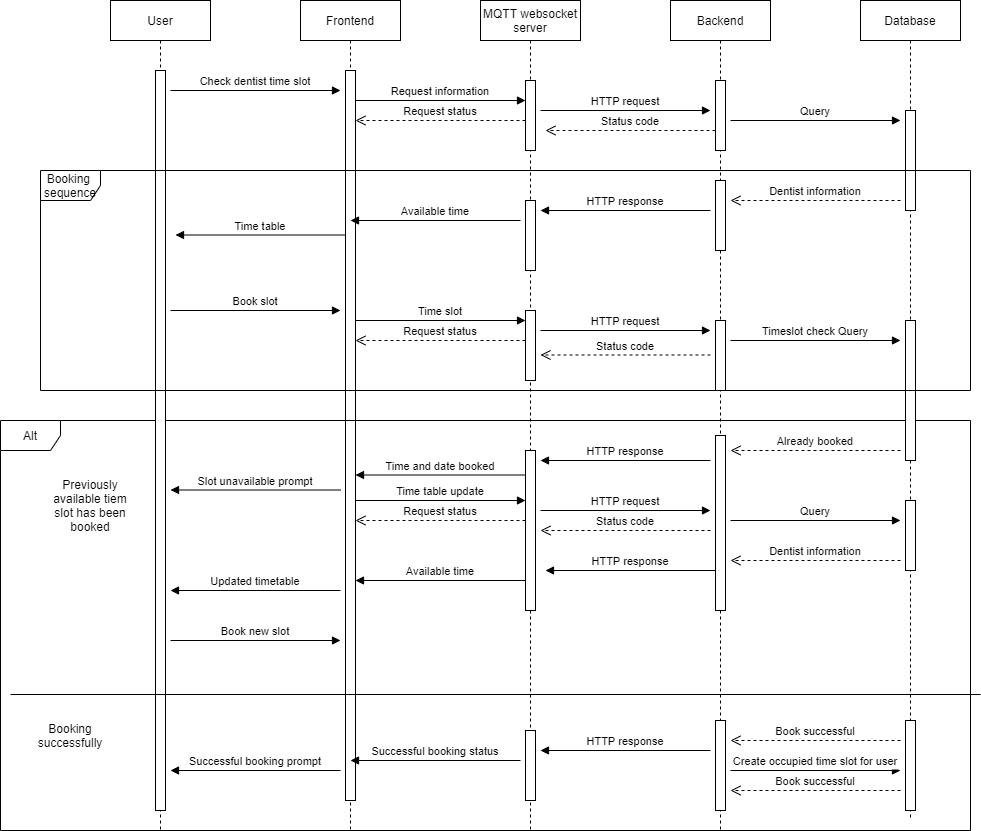
Before: images/Booking_sequence_diagram.png, a diagram exported from draw.io (erdemhalil/DIT355-Documentation). Source tidied: cells renumbered, new cells last; positions are measured from the earlier drawing's top-left corner, leaving out a move shared by most shapes.
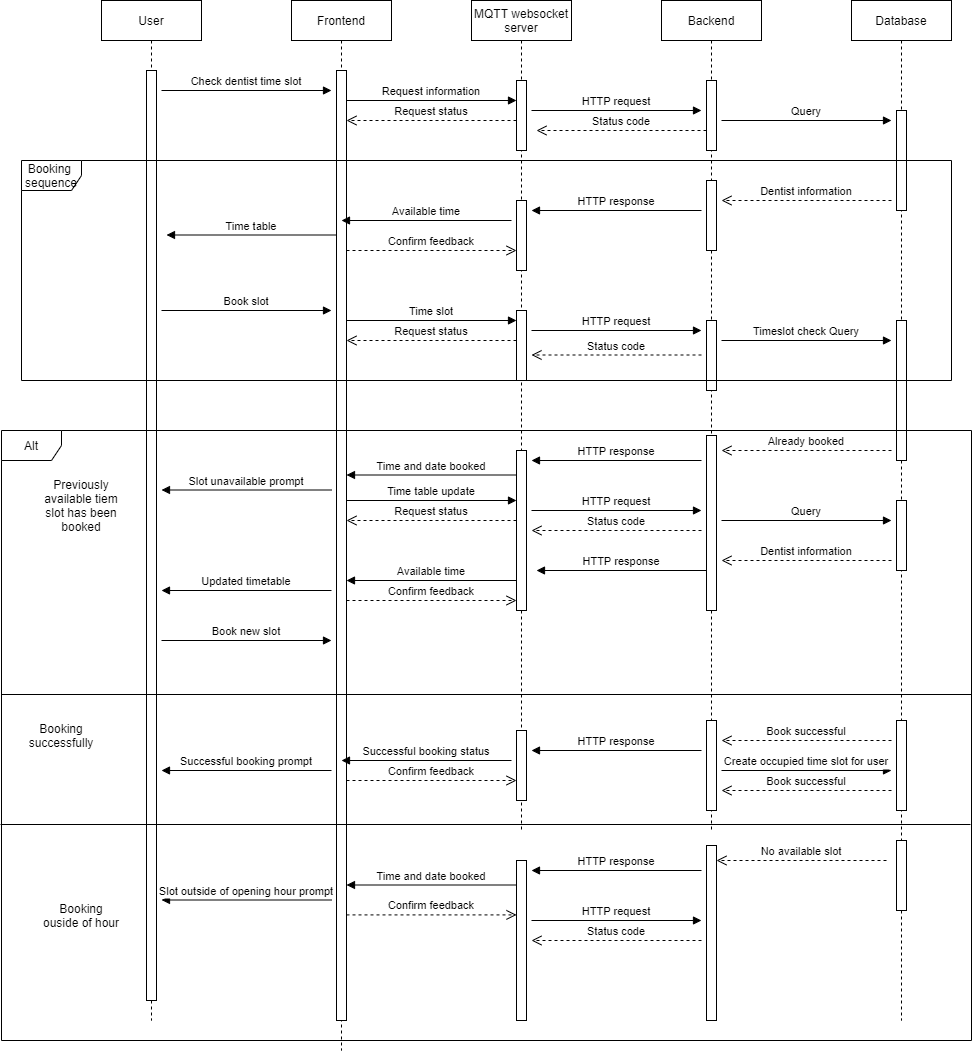
Later version of the same file.

What changed in the source:
```diff
@@ -3,10 +3,10 @@
     <mxCell id="0" />
     <mxCell id="1" parent="0" />
     <mxCell id="2" value="Frontend" style="shape=umlLifeline;perimeter=lifelinePerimeter;rounded=0;shadow=0;strokeWidth=1;" parent="1" vertex="1">
-      <mxGeometry x="300" width="100" height="830" as="geometry" />
+      <mxGeometry x="300" width="100" height="1050" as="geometry" />
     </mxCell>
     <mxCell id="3" style="perimeter=orthogonalPerimeter;rounded=0;shadow=0;strokeWidth=1;" parent="2" vertex="1">
-      <mxGeometry x="45" y="70" width="10" height="730" as="geometry" />
+      <mxGeometry x="45" y="70" width="10" height="950" as="geometry" />
     </mxCell>
     <mxCell id="4" value="Time table" style="verticalAlign=bottom;endArrow=block;shadow=0;strokeWidth=1;" parent="2" edge="1">
       <mxGeometry relative="1" as="geometry">
@@ -32,6 +32,18 @@
         <mxPoint x="-130" y="770" as="targetPoint" />
       </mxGeometry>
     </mxCell>
+    <mxCell id="64" value="Confirm feedback" style="verticalAlign=bottom;endArrow=open;dashed=1;endSize=8;shadow=0;strokeWidth=1;" parent="2" edge="1">
+      <mxGeometry relative="1" as="geometry">
+        <mxPoint x="55" y="250" as="sourcePoint" />
+        <mxPoint x="225" y="250" as="targetPoint" />
+      </mxGeometry>
+    </mxCell>
+    <mxCell id="65" value="Confirm feedback" style="verticalAlign=bottom;endArrow=open;dashed=1;endSize=8;shadow=0;strokeWidth=1;" parent="2" edge="1">
+      <mxGeometry relative="1" as="geometry">
+        <mxPoint x="55" y="600" as="sourcePoint" />
+        <mxPoint x="225" y="600" as="targetPoint" />
+      </mxGeometry>
+    </mxCell>
     <mxCell id="8" value="MQTT websocket&#10;server" style="shape=umlLifeline;perimeter=lifelinePerimeter;rounded=0;shadow=0;strokeWidth=1;" parent="1" vertex="1">
       <mxGeometry x="480" width="100" height="830" as="geometry" />
     </mxCell>
@@ -98,6 +110,12 @@
     <mxCell id="21" style="perimeter=orthogonalPerimeter;rounded=0;shadow=0;strokeWidth=1;" parent="8" vertex="1">
       <mxGeometry x="45" y="730" width="10" height="70" as="geometry" />
     </mxCell>
+    <mxCell id="66" value="Confirm feedback" style="verticalAlign=bottom;endArrow=open;dashed=1;endSize=8;shadow=0;strokeWidth=1;" parent="8" edge="1">
+      <mxGeometry relative="1" as="geometry">
+        <mxPoint x="-125" y="780" as="sourcePoint" />
+        <mxPoint x="45" y="780" as="targetPoint" />
+      </mxGeometry>
+    </mxCell>
     <mxCell id="22" value="Backend" style="shape=umlLifeline;perimeter=lifelinePerimeter;rounded=0;shadow=0;strokeWidth=1;" parent="1" vertex="1">
       <mxGeometry x="670" width="100" height="830" as="geometry" />
     </mxCell>
@@ -158,11 +176,8 @@
     <mxCell id="34" style="perimeter=orthogonalPerimeter;rounded=0;shadow=0;strokeWidth=1;" parent="22" vertex="1">
       <mxGeometry x="45" y="720" width="10" height="90" as="geometry" />
     </mxCell>
-    <mxCell id="35" value="Alt" style="shape=umlFrame;whiteSpace=wrap;html=1;" parent="22" vertex="1">
-      <mxGeometry x="-670" y="420" width="970" height="410" as="geometry" />
-    </mxCell>
     <mxCell id="36" value="Database" style="shape=umlLifeline;perimeter=lifelinePerimeter;rounded=0;shadow=0;strokeWidth=1;" parent="1" vertex="1">
-      <mxGeometry x="860" width="100" height="820" as="geometry" />
+      <mxGeometry x="860" width="100" height="1020" as="geometry" />
     </mxCell>
     <mxCell id="37" style="perimeter=orthogonalPerimeter;rounded=0;shadow=0;strokeWidth=1;" parent="36" vertex="1">
       <mxGeometry x="45" y="110" width="10" height="100" as="geometry" />
@@ -213,14 +228,11 @@
       </mxGeometry>
     </mxCell>
     <mxCell id="47" value="User" style="shape=umlLifeline;perimeter=lifelinePerimeter;rounded=0;shadow=0;strokeWidth=1;" parent="1" vertex="1">
-      <mxGeometry x="110" width="100" height="830" as="geometry" />
+      <mxGeometry x="110" width="100" height="1020" as="geometry" />
     </mxCell>
     <mxCell id="48" style="perimeter=orthogonalPerimeter;rounded=0;shadow=0;strokeWidth=1;" parent="47" vertex="1">
-      <mxGeometry x="45" y="70" width="10" height="740" as="geometry" />
+      <mxGeometry x="45" y="70" width="10" height="930" as="geometry" />
     </mxCell>
-    <mxCell id="49" value="Booking&amp;nbsp;&lt;br&gt;sequence" style="shape=umlFrame;whiteSpace=wrap;html=1;" parent="47" vertex="1">
-      <mxGeometry x="-70" y="170" width="930" height="220" as="geometry" />
-    </mxCell>
     <mxCell id="50" value="Check dentist time slot" style="verticalAlign=bottom;endArrow=block;entryX=0;entryY=0;shadow=0;strokeWidth=1;" parent="1" edge="1">
       <mxGeometry relative="1" as="geometry">
         <mxPoint x="170" y="90" as="sourcePoint" />
@@ -296,5 +308,68 @@
         <mxPoint x="900" y="770" as="targetPoint" />
       </mxGeometry>
     </mxCell>
+    <mxCell id="35" value="Alt" style="shape=umlFrame;whiteSpace=wrap;html=1;" parent="1" vertex="1">
+      <mxGeometry x="10" y="430" width="970" height="610" as="geometry" />
+    </mxCell>
+    <mxCell id="49" value="Booking&amp;nbsp;&lt;br&gt;sequence" style="shape=umlFrame;whiteSpace=wrap;html=1;" parent="1" vertex="1">
+      <mxGeometry x="30" y="160" width="930" height="220" as="geometry" />
+    </mxCell>
+    <mxCell id="67" style="perimeter=orthogonalPerimeter;rounded=0;shadow=0;strokeWidth=1;" parent="1" vertex="1">
+      <mxGeometry x="525" y="860" width="10" height="160" as="geometry" />
+    </mxCell>
+    <mxCell id="68" value="Time and date booked" style="verticalAlign=bottom;endArrow=block;shadow=0;strokeWidth=1;" parent="1" edge="1">
+      <mxGeometry relative="1" as="geometry">
+        <mxPoint x="525" y="884.5" as="sourcePoint" />
+        <mxPoint x="355" y="884.5" as="targetPoint" />
+      </mxGeometry>
+    </mxCell>
+    <mxCell id="69" style="perimeter=orthogonalPerimeter;rounded=0;shadow=0;strokeWidth=1;" parent="1" vertex="1">
+      <mxGeometry x="715" y="845" width="10" height="175" as="geometry" />
+    </mxCell>
+    <mxCell id="70" value="HTTP response" style="verticalAlign=bottom;endArrow=block;shadow=0;strokeWidth=1;" parent="1" edge="1">
+      <mxGeometry relative="1" as="geometry">
+        <mxPoint x="710" y="870" as="sourcePoint" />
+        <mxPoint x="540" y="870" as="targetPoint" />
+      </mxGeometry>
+    </mxCell>
+    <mxCell id="71" value="HTTP request" style="verticalAlign=bottom;endArrow=block;entryX=0;entryY=0;shadow=0;strokeWidth=1;" parent="1" edge="1">
+      <mxGeometry relative="1" as="geometry">
+        <mxPoint x="540" y="920" as="sourcePoint" />
+        <mxPoint x="710" y="920" as="targetPoint" />
+      </mxGeometry>
+    </mxCell>
+    <mxCell id="72" value="Status code" style="verticalAlign=bottom;endArrow=open;dashed=1;endSize=8;exitX=0;exitY=0.95;shadow=0;strokeWidth=1;" parent="1" edge="1">
+      <mxGeometry relative="1" as="geometry">
+        <mxPoint x="710" y="940" as="sourcePoint" />
+        <mxPoint x="540" y="940" as="targetPoint" />
+      </mxGeometry>
+    </mxCell>
+    <mxCell id="73" style="perimeter=orthogonalPerimeter;rounded=0;shadow=0;strokeWidth=1;" parent="1" vertex="1">
+      <mxGeometry x="905" y="840" width="10" height="70" as="geometry" />
+    </mxCell>
+    <mxCell id="74" value="Slot outside of opening hour prompt" style="verticalAlign=bottom;endArrow=block;shadow=0;strokeWidth=1;" parent="1" edge="1">
+      <mxGeometry relative="1" as="geometry">
+        <mxPoint x="340" y="899.5" as="sourcePoint" />
+        <mxPoint x="170" y="899.5" as="targetPoint" />
+      </mxGeometry>
+    </mxCell>
+    <mxCell id="75" value="Booking ouside of hour" style="text;html=1;strokeColor=none;fillColor=none;align=center;verticalAlign=middle;whiteSpace=wrap;rounded=0;" parent="1" vertex="1">
+      <mxGeometry x="50" y="880" width="80" height="70" as="geometry" />
+    </mxCell>
+    <mxCell id="76" value="Confirm feedback" style="verticalAlign=bottom;endArrow=open;dashed=1;endSize=8;shadow=0;strokeWidth=1;" parent="1" edge="1">
+      <mxGeometry relative="1" as="geometry">
+        <mxPoint x="355" y="914.4" as="sourcePoint" />
+        <mxPoint x="525" y="914.4" as="targetPoint" />
+      </mxGeometry>
+    </mxCell>
+    <mxCell id="77" value="No available slot" style="verticalAlign=bottom;endArrow=open;dashed=1;endSize=8;exitX=0;exitY=0.95;shadow=0;strokeWidth=1;" parent="1" edge="1">
+      <mxGeometry relative="1" as="geometry">
+        <mxPoint x="895" y="860" as="sourcePoint" />
+        <mxPoint x="725" y="860" as="targetPoint" />
+      </mxGeometry>
+    </mxCell>
+    <mxCell id="78" style="line;strokeWidth=1;fillColor=none;align=left;verticalAlign=middle;spacingTop=-1;spacingLeft=3;spacingRight=3;labelPosition=right;" parent="1" vertex="1">
+      <mxGeometry x="9" y="820" width="970" height="8" as="geometry" />
+    </mxCell>
   </root>
 </mxGraphModel>
```
